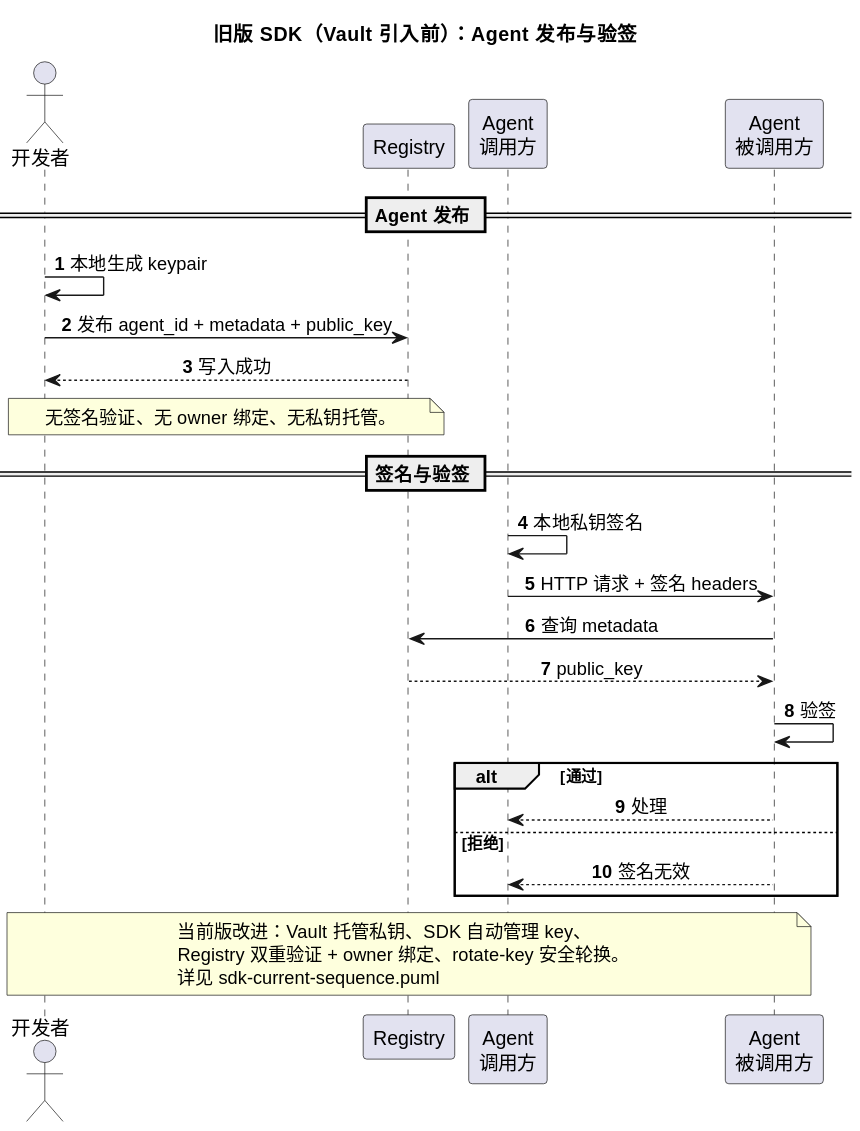
Above: docs/diagrams/sdk-previous-2026-06-13-sequence.svg in YiheHuang/agent_auth_sdk (PlantUML), before the change.
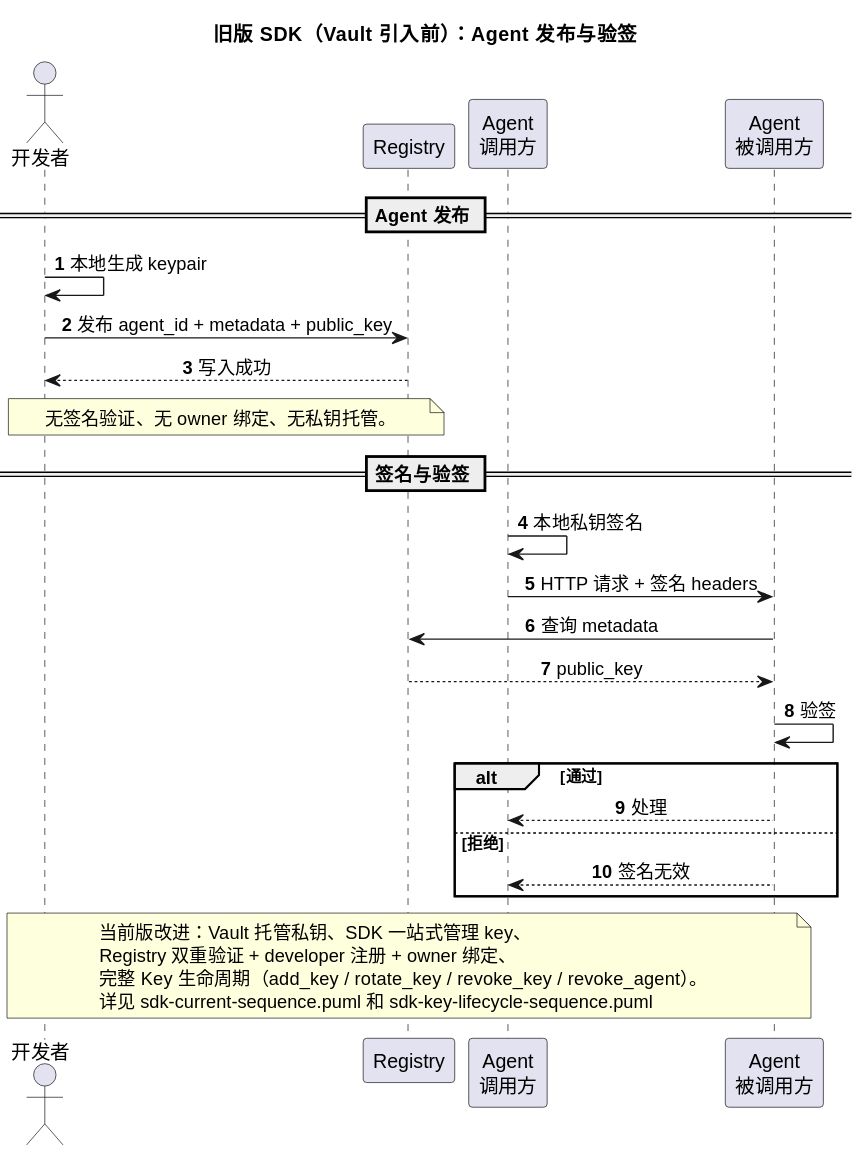
Later version of the same file.

Commit message:
docs: refine sequence diagrams

Change to the diagram source:
```diff
@@ -43,8 +43,9 @@
 end
 
 note over Dev, Callee
-当前版改进：Vault 托管私钥、SDK 自动管理 key、
-Registry 双重验证 + owner 绑定、rotate-key 安全轮换。
-详见 sdk-current-sequence.puml
+当前版改进：Vault 托管私钥、SDK 一站式管理 key、
+Registry 双重验证 + developer 注册 + owner 绑定、
+完整 Key 生命周期（add_key / rotate_key / revoke_key / revoke_agent）。
+详见 sdk-current-sequence.puml 和 sdk-key-lifecycle-sequence.puml
 end note
 @enduml
```
